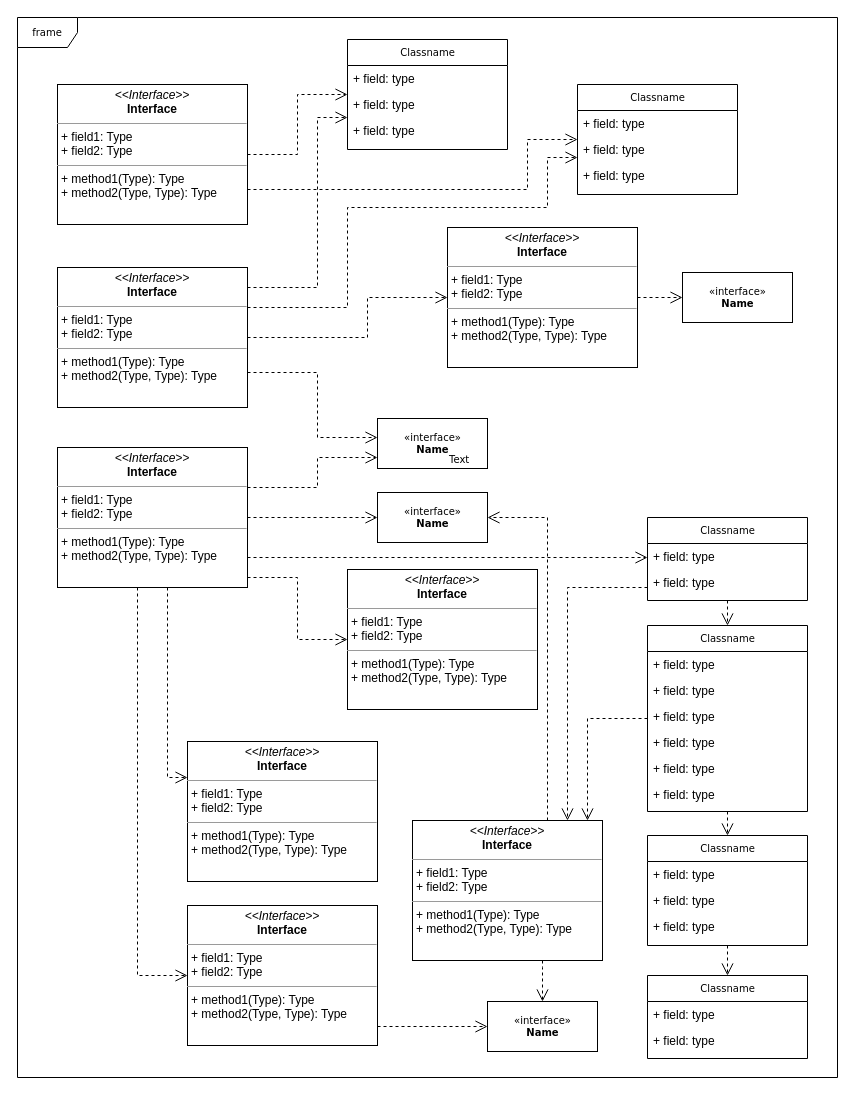
Above: recursos/asignacion recursos.drawio in grabyc/diagramas-varios (draw.io), before the change. Source tidied: cells renumbered, new cells numbered last; positions are measured from the earlier drawing's top-left corner, leaving out a move shared by most shapes. Both pictures are drawn from the tidied source at 100%, with x=0, y=0 at pixel (17, 17).
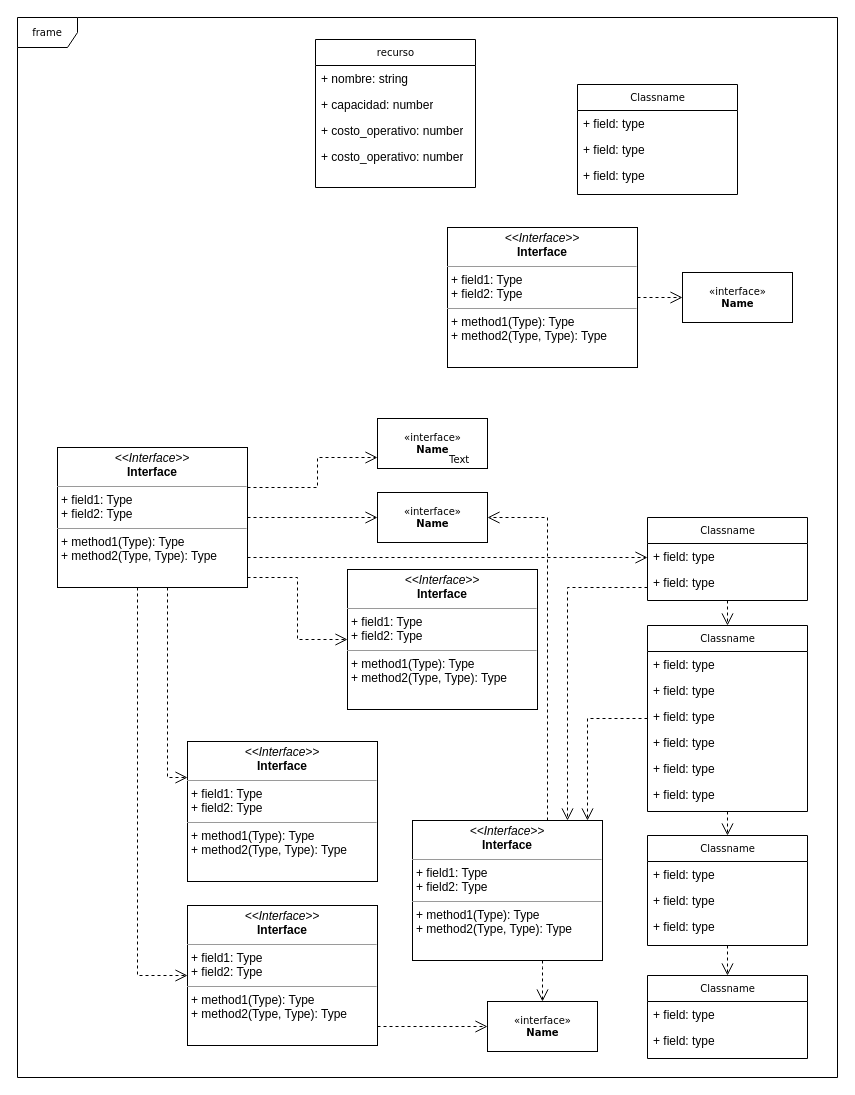
Above is the later version.

The change refers to these unchanged cells:
```xml
<mxCell id="16" value="Classname" style="swimlane;html=1;fontStyle=0;horizontal=1;startSize=26;fillColor=none;swimlaneFillColor=#ffffff;rounded=0;shadow=0;comic=0;labelBackgroundColor=none;strokeWidth=1;fontFamily=Verdana;fontSize=10;align=center;" parent="1" vertex="1">
  <mxGeometry x="560" y="67" width="160" height="110" as="geometry" />
</mxCell>
<mxCell id="41" value="&amp;laquo;interface&amp;raquo;&lt;br&gt;&lt;b&gt;Name&lt;/b&gt;" style="html=1;rounded=0;shadow=0;comic=0;labelBackgroundColor=none;strokeWidth=1;fontFamily=Verdana;fontSize=10;align=center;" parent="1" vertex="1">
  <mxGeometry x="360" y="401" width="110" height="50" as="geometry" />
</mxCell>
<mxCell id="43" value="&lt;p style=&quot;margin:0px;margin-top:4px;text-align:center;&quot;&gt;&lt;i&gt;&amp;lt;&amp;lt;Interface&amp;gt;&amp;gt;&lt;/i&gt;&lt;br/&gt;&lt;b&gt;Interface&lt;/b&gt;&lt;/p&gt;&lt;hr size=&quot;1&quot;/&gt;&lt;p style=&quot;margin:0px;margin-left:4px;&quot;&gt;+ field1: Type&lt;br/&gt;+ field2: Type&lt;/p&gt;&lt;hr size=&quot;1&quot;/&gt;&lt;p style=&quot;margin:0px;margin-left:4px;&quot;&gt;+ method1(Type): Type&lt;br/&gt;+ method2(Type, Type): Type&lt;/p&gt;" style="verticalAlign=top;align=left;overflow=fill;fontSize=12;fontFamily=Helvetica;html=1;rounded=0;shadow=0;comic=0;labelBackgroundColor=none;strokeWidth=1;" parent="1" vertex="1">
  <mxGeometry x="430" y="210" width="190" height="140" as="geometry" />
</mxCell>
```

Change to the diagram source:
```diff
@@
-    <mxCell id="12" value="Classname" style="swimlane;html=1;fontStyle=0;horizontal=1;startSize=26;fillColor=none;swimlaneFillColor=#ffffff;rounded=0;shadow=0;comic=0;labelBackgroundColor=none;strokeWidth=1;fontFamily=Verdana;fontSize=10;align=center;" parent="1" vertex="1">
-      <mxGeometry x="330" y="22" width="160" height="110" as="geometry" />
+    <mxCell id="12" value="recurso" style="swimlane;html=1;fontStyle=0;horizontal=1;startSize=26;fillColor=none;swimlaneFillColor=#ffffff;rounded=0;shadow=0;comic=0;labelBackgroundColor=none;strokeWidth=1;fontFamily=Verdana;fontSize=10;align=center;" parent="1" vertex="1">
+      <mxGeometry x="298" y="22" width="160" height="148" as="geometry" />
     </mxCell>
-    <mxCell id="13" value="+ field: type" style="text;html=1;strokeColor=none;fillColor=none;align=left;verticalAlign=top;spacingLeft=4;spacingRight=4;whiteSpace=wrap;overflow=hidden;" parent="12" vertex="1">
+    <mxCell id="13" value="+ nombre: string" style="text;html=1;strokeColor=none;fillColor=none;align=left;verticalAlign=top;spacingLeft=4;spacingRight=4;whiteSpace=wrap;overflow=hidden;" parent="12" vertex="1">
       <mxGeometry y="26" width="160" height="26" as="geometry" />
     </mxCell>
-    <mxCell id="14" value="+ field: type" style="text;html=1;strokeColor=none;fillColor=none;align=left;verticalAlign=top;spacingLeft=4;spacingRight=4;whiteSpace=wrap;overflow=hidden;" parent="12" vertex="1">
+    <mxCell id="14" value="+ capacidad: number" style="text;html=1;strokeColor=none;fillColor=none;align=left;verticalAlign=top;spacingLeft=4;spacingRight=4;whiteSpace=wrap;overflow=hidden;" parent="12" vertex="1">
       <mxGeometry y="52" width="160" height="26" as="geometry" />
     </mxCell>
-    <mxCell id="15" value="+ field: type" style="text;html=1;strokeColor=none;fillColor=none;align=left;verticalAlign=top;spacingLeft=4;spacingRight=4;whiteSpace=wrap;overflow=hidden;" parent="12" vertex="1">
+    <mxCell id="15" value="+ costo_operativo: number" style="text;html=1;strokeColor=none;fillColor=none;align=left;verticalAlign=top;spacingLeft=4;spacingRight=4;whiteSpace=wrap;overflow=hidden;" parent="12" vertex="1">
       <mxGeometry y="78" width="160" height="26" as="geometry" />
     </mxCell>
+    <mxCell id="62" value="+ costo_operativo: number" style="text;html=1;strokeColor=none;fillColor=none;align=left;verticalAlign=top;spacingLeft=4;spacingRight=4;whiteSpace=wrap;overflow=hidden;" parent="12" vertex="1">
+      <mxGeometry y="104" width="160" height="26" as="geometry" />
+    </mxCell>
@@
-    <mxCell id="29" value="Classname" style="swimlane;html=1;fontStyle=0;horizontal=1;startSize=26;fillColor=none;swimlaneFillColor=#ffffff;rounded=0;shadow=0;comic=0;labelBackgroundColor=none;strokeWidth=1;fontFamily=Verdana;fontSize=10;align=center;" parent="1" vertex="1">
+    <mxCell id="29" value="Classname" style="swimlane;html=1;fontStyle=0;horizontal=1;startSize=26;fillColor=none;swimlaneFillColor=#ffffff;rounded=0;shadow=0;comic=0;labelBackgroundColor=none;strokeWidth=1;fontFamily=Verdana;fontSize=10;align=center;swimlaneLine=1;" parent="1" vertex="1">
       <mxGeometry x="630" y="500" width="160" height="83" as="geometry" />
     </mxCell>
@@
-    <mxCell id="46" style="edgeStyle=orthogonalEdgeStyle;rounded=0;html=1;labelBackgroundColor=none;startFill=0;endArrow=open;endFill=0;endSize=10;fontFamily=Verdana;fontSize=10;dashed=1;" parent="1" edge="1" source="48" target="12">
-      <mxGeometry relative="1" as="geometry" />
-    </mxCell>
-    <mxCell id="47" style="edgeStyle=orthogonalEdgeStyle;rounded=0;html=1;exitX=1;exitY=0.75;dashed=1;labelBackgroundColor=none;startFill=0;endArrow=open;endFill=0;endSize=10;fontFamily=Verdana;fontSize=10;" parent="1" edge="1" source="48" target="16">
-      <mxGeometry relative="1" as="geometry">
-        <Array as="points">
-          <mxPoint x="510" y="172" />
-          <mxPoint x="510" y="122" />
-        </Array>
-      </mxGeometry>
-    </mxCell>
-    <mxCell id="48" value="&lt;p style=&quot;margin:0px;margin-top:4px;text-align:center;&quot;&gt;&lt;i&gt;&amp;lt;&amp;lt;Interface&amp;gt;&amp;gt;&lt;/i&gt;&lt;br/&gt;&lt;b&gt;Interface&lt;/b&gt;&lt;/p&gt;&lt;hr size=&quot;1&quot;/&gt;&lt;p style=&quot;margin:0px;margin-left:4px;&quot;&gt;+ field1: Type&lt;br/&gt;+ field2: Type&lt;/p&gt;&lt;hr size=&quot;1&quot;/&gt;&lt;p style=&quot;margin:0px;margin-left:4px;&quot;&gt;+ method1(Type): Type&lt;br/&gt;+ method2(Type, Type): Type&lt;/p&gt;" style="verticalAlign=top;align=left;overflow=fill;fontSize=12;fontFamily=Helvetica;html=1;rounded=0;shadow=0;comic=0;labelBackgroundColor=none;strokeWidth=1;" parent="1" vertex="1">
-      <mxGeometry x="40" y="67" width="190" height="140" as="geometry" />
-    </mxCell>
-    <mxCell id="49" style="edgeStyle=orthogonalEdgeStyle;rounded=0;html=1;dashed=1;labelBackgroundColor=none;startFill=0;endArrow=open;endFill=0;endSize=10;fontFamily=Verdana;fontSize=10;" parent="1" edge="1" source="53" target="12">
-      <mxGeometry relative="1" as="geometry">
-        <Array as="points">
-          <mxPoint x="300" y="270" />
-          <mxPoint x="300" y="100" />
-        </Array>
-      </mxGeometry>
-    </mxCell>
-    <mxCell id="50" style="edgeStyle=orthogonalEdgeStyle;rounded=0;html=1;dashed=1;labelBackgroundColor=none;startFill=0;endArrow=open;endFill=0;endSize=10;fontFamily=Verdana;fontSize=10;" parent="1" edge="1" source="53" target="16">
-      <mxGeometry relative="1" as="geometry">
-        <Array as="points">
-          <mxPoint x="330" y="290" />
-          <mxPoint x="330" y="190" />
-          <mxPoint x="530" y="190" />
-          <mxPoint x="530" y="140" />
-        </Array>
-      </mxGeometry>
-    </mxCell>
-    <mxCell id="51" style="edgeStyle=orthogonalEdgeStyle;rounded=0;html=1;dashed=1;labelBackgroundColor=none;startFill=0;endArrow=open;endFill=0;endSize=10;fontFamily=Verdana;fontSize=10;" parent="1" edge="1" source="53" target="43">
-      <mxGeometry relative="1" as="geometry">
-        <Array as="points">
-          <mxPoint x="350" y="320" />
-          <mxPoint x="350" y="280" />
-        </Array>
-      </mxGeometry>
-    </mxCell>
-    <mxCell id="52" style="edgeStyle=orthogonalEdgeStyle;rounded=0;html=1;exitX=1;exitY=0.75;dashed=1;labelBackgroundColor=none;startFill=0;endArrow=open;endFill=0;endSize=10;fontFamily=Verdana;fontSize=10;" parent="1" edge="1" source="53" target="41">
-      <mxGeometry relative="1" as="geometry">
-        <Array as="points">
-          <mxPoint x="300" y="355" />
-          <mxPoint x="300" y="420" />
-        </Array>
-      </mxGeometry>
-    </mxCell>
-    <mxCell id="53" value="&lt;p style=&quot;margin:0px;margin-top:4px;text-align:center;&quot;&gt;&lt;i&gt;&amp;lt;&amp;lt;Interface&amp;gt;&amp;gt;&lt;/i&gt;&lt;br/&gt;&lt;b&gt;Interface&lt;/b&gt;&lt;/p&gt;&lt;hr size=&quot;1&quot;/&gt;&lt;p style=&quot;margin:0px;margin-left:4px;&quot;&gt;+ field1: Type&lt;br/&gt;+ field2: Type&lt;/p&gt;&lt;hr size=&quot;1&quot;/&gt;&lt;p style=&quot;margin:0px;margin-left:4px;&quot;&gt;+ method1(Type): Type&lt;br/&gt;+ method2(Type, Type): Type&lt;/p&gt;" style="verticalAlign=top;align=left;overflow=fill;fontSize=12;fontFamily=Helvetica;html=1;rounded=0;shadow=0;comic=0;labelBackgroundColor=none;strokeWidth=1;" parent="1" vertex="1">
-      <mxGeometry x="40" y="250" width="190" height="140" as="geometry" />
-    </mxCell>
```
